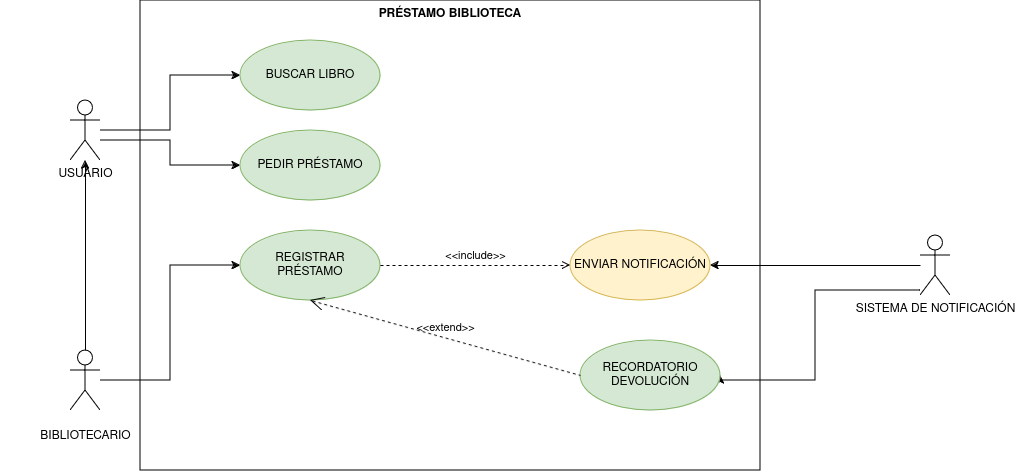
The draw.io diagram Diagrama sin título.drawio.png in Santyew/gamesgalactic, before a commit. Source tidied: cells renumbered, new cells last; positions are measured from the earlier drawing's top-left corner, leaving out a move shared by most shapes.
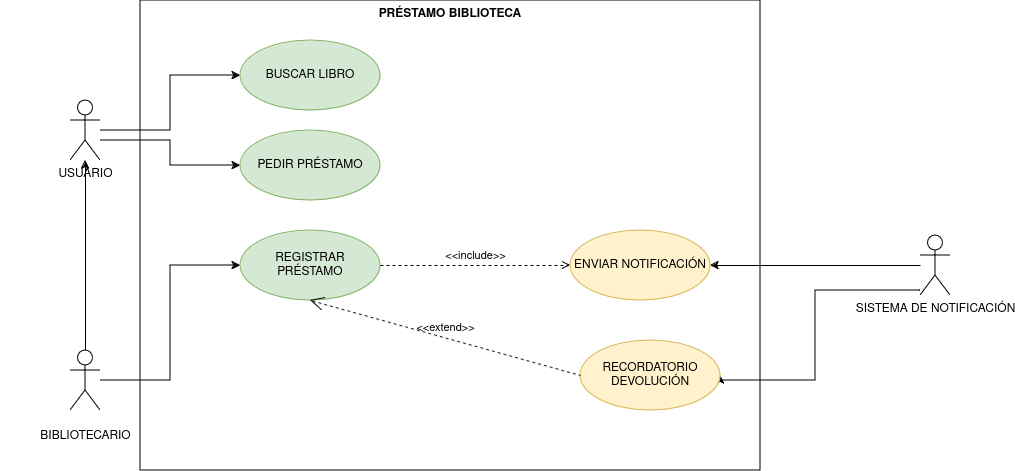
Above is the later version.

Commit message:
Se sobreescribe el fichero

Diff of the diagram source:
```diff
@@ -54,7 +54,7 @@
     <mxCell id="15" value="ENVIAR NOTIFICACIÓN" style="ellipse;whiteSpace=wrap;html=1;fillColor=#fff2cc;strokeColor=#d6b656;" parent="1" vertex="1">
       <mxGeometry x="500" y="230" width="140" height="70" as="geometry" />
     </mxCell>
-    <mxCell id="16" value="RECORDATORIO DEVOLUCIÓN" style="ellipse;whiteSpace=wrap;html=1;fillColor=#d5e8d4;strokeColor=#82b366;" parent="1" vertex="1">
+    <mxCell id="16" value="RECORDATORIO DEVOLUCIÓN" style="ellipse;whiteSpace=wrap;html=1;fillColor=#fff2cc;strokeColor=#d6b656;" parent="1" vertex="1">
       <mxGeometry x="510" y="340" width="140" height="70" as="geometry" />
     </mxCell>
     <mxCell id="17" value="&amp;lt;&amp;lt;include&amp;gt;&amp;gt;" style="edgeStyle=none;html=1;endArrow=open;verticalAlign=bottom;dashed=1;labelBackgroundColor=none;rounded=0;entryX=0;entryY=0.5;entryDx=0;entryDy=0;" parent="1" edge="1" source="14" target="15">
```
